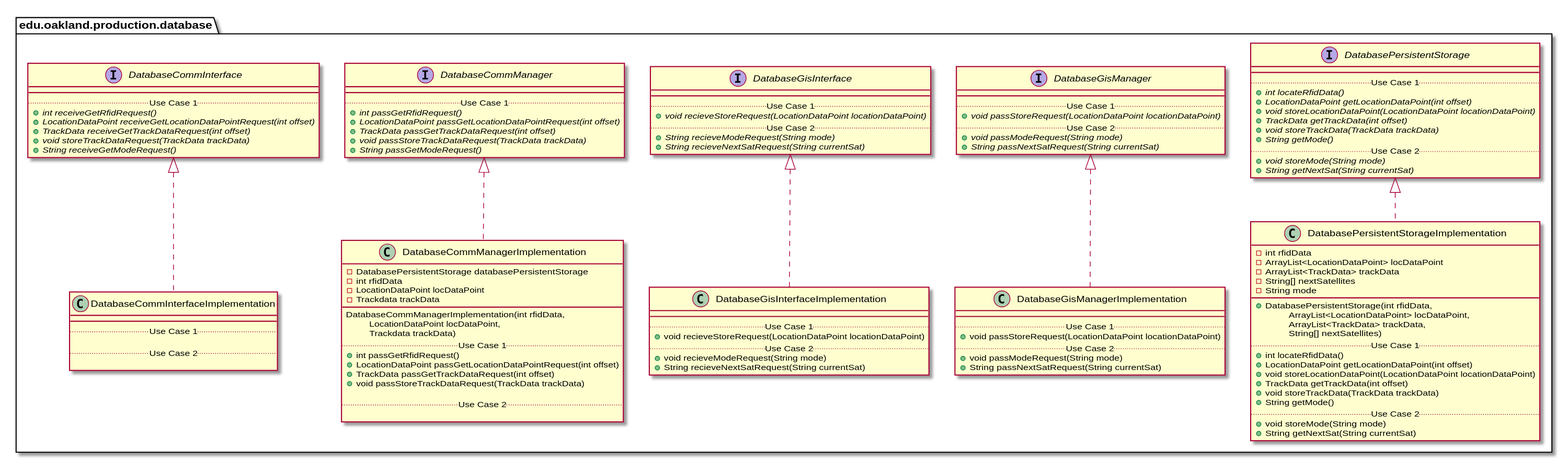
Above: docs/uml-class-diagrams/database/production/DatabaseProductionPackage_Closure.svg in andrewdimmer/csi-3370-software-project (PlantUML), before the change.
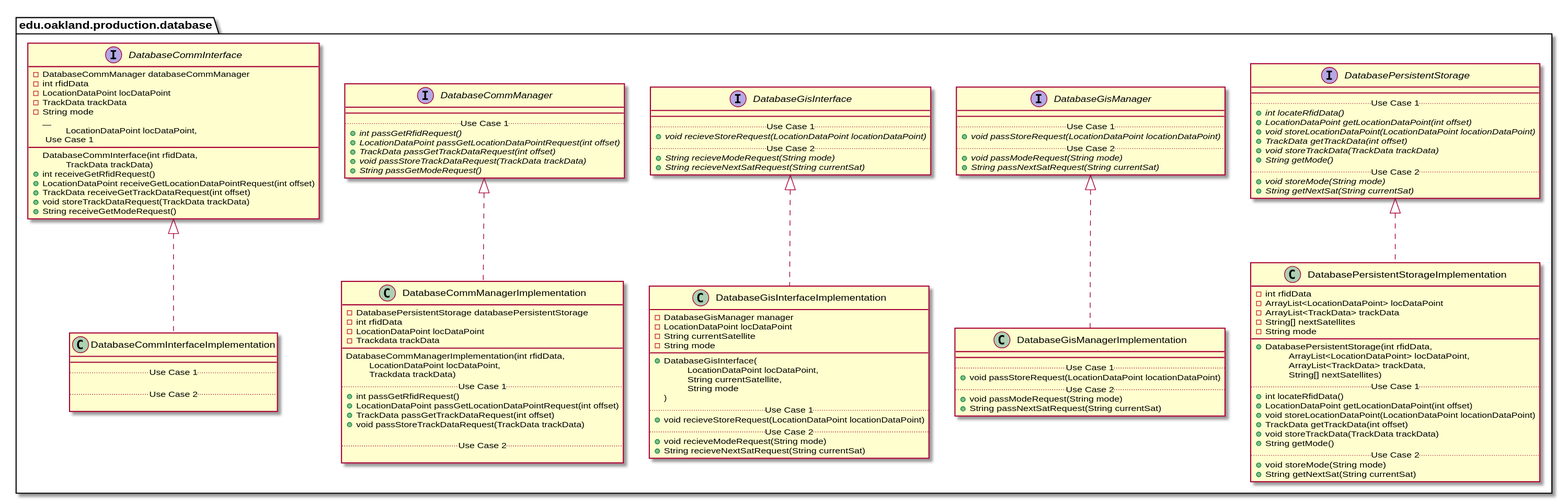
Above is the later version.

What changed in the source:
```diff
@@ -8,13 +8,22 @@
 
 package edu.oakland.production.database {
     interface DatabaseCommInterface {
+    	- DatabaseCommManager databaseCommManager
+    	- int rfidData
+    	- LocationDataPoint locDataPoint
+    	- TrackData trackData
+    	- String mode
         __
+        DatabaseCommInterface(int rfidData,
+        \tLocationDataPoint locDataPoint,
+        \tTrackData trackData)
         .. Use Case 1 ..
-        {abstract} + int receiveGetRfidRequest()
-        {abstract} + LocationDataPoint receiveGetLocationDataPointRequest(int offset)
-        {abstract} + TrackData receiveGetTrackDataRequest(int offset)
-        {abstract} + void storeTrackDataRequest(TrackData trackData)
-        {abstract} + String receiveGetModeRequest()
+        + int receiveGetRfidRequest()
+        + LocationDataPoint receiveGetLocationDataPointRequest(int offset)
+        + TrackData receiveGetTrackDataRequest(int offset)
+        + void storeTrackDataRequest(TrackData trackData)
+        + String receiveGetModeRequest()
+
     }
 }
 
@@ -154,7 +163,16 @@
 
 package edu.oakland.production.database {
     class DatabaseGisInterfaceImplementation {
+        - DatabaseGisManager manager
+        - LocationDataPoint locDataPoint
+        - String currentSatellite
+        - String mode
         __
+        + DatabaseGisInterface(
+        \tLocationDataPoint locDataPoint,
+        \tString currentSatellite,
+        \tString mode
+        )
         .. Use Case 1 ..
         + void recieveStoreRequest(LocationDataPoint locationDataPoint)
         .. Use Case 2 ..
```
